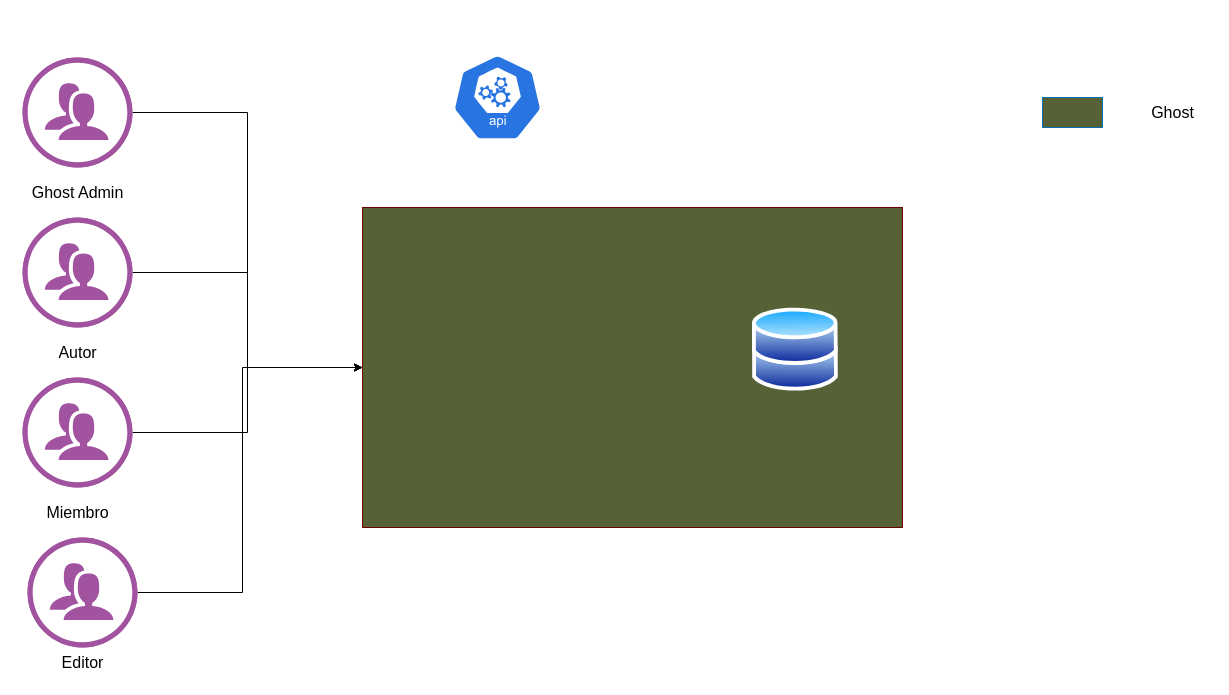
This is Diagrama sin título.drawio from Juan302/ejemplo-issues, a draw.io file, before an edit. Source tidied: cells renumbered, new cells numbered last; positions are measured from the earlier drawing's top-left corner, leaving out a move shared by most shapes. Both pictures are drawn from the tidied source at 100%, with x=0, y=0 at pixel (17, 47).
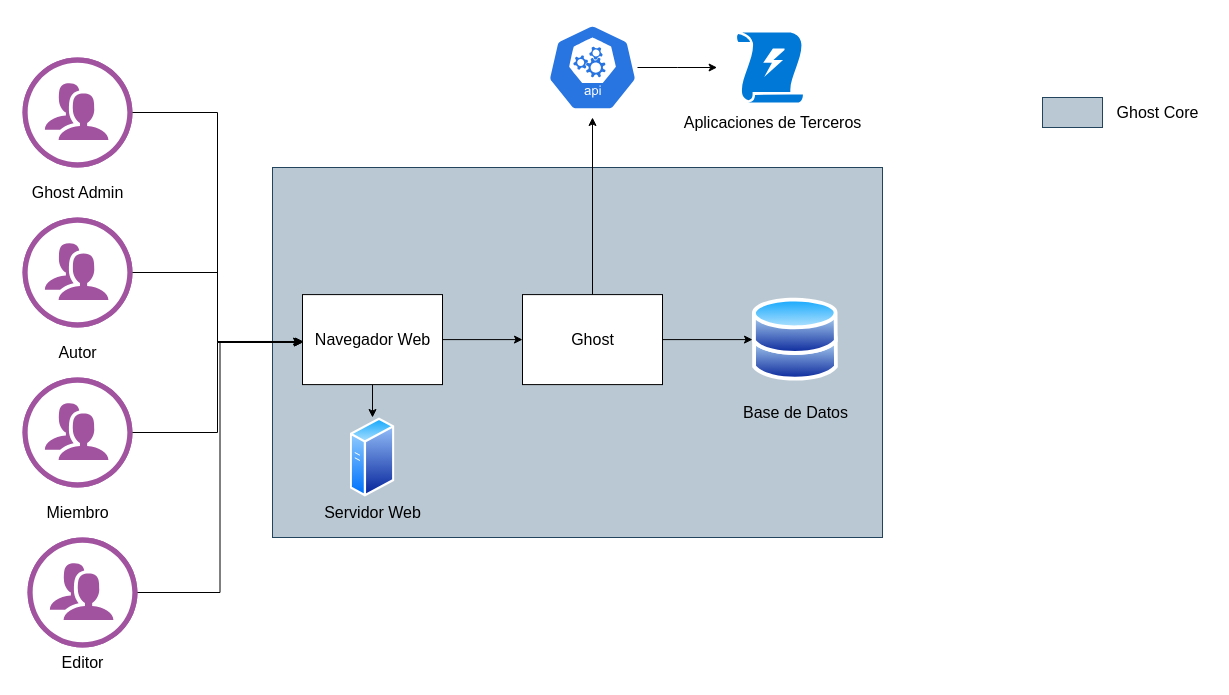
Above is the later version.

The change refers to these unchanged cells:
```xml
<mxCell id="3" style="verticalLabelPosition=bottom;sketch=0;html=1;fillColor=#A153A0;strokeColor=#ffffff;verticalAlign=top;align=center;points=[[0,0.5,0],[0.125,0.25,0],[0.25,0,0],[0.5,0,0],[0.75,0,0],[0.875,0.25,0],[1,0.5,0],[0.875,0.75,0],[0.75,1,0],[0.5,1,0],[0.125,0.75,0]];shape=mxgraph.cisco_safe.compositeIcon;bgIcon=ellipse;resIcon=mxgraph.cisco_safe.design.users;" parent="1" vertex="1">
  <mxGeometry x="5" y="10" width="110" height="110" as="geometry" />
</mxCell>
<mxCell id="9" style="verticalLabelPosition=bottom;sketch=0;html=1;fillColor=#A153A0;strokeColor=#ffffff;verticalAlign=top;align=center;points=[[0,0.5,0],[0.125,0.25,0],[0.25,0,0],[0.5,0,0],[0.75,0,0],[0.875,0.25,0],[1,0.5,0],[0.875,0.75,0],[0.75,1,0],[0.5,1,0],[0.125,0.75,0]];shape=mxgraph.cisco_safe.compositeIcon;bgIcon=ellipse;resIcon=mxgraph.cisco_safe.design.users;" parent="1" vertex="1">
  <mxGeometry x="5" y="170" width="110" height="110" as="geometry" />
</mxCell>
<mxCell id="11" style="verticalLabelPosition=bottom;sketch=0;html=1;fillColor=#A153A0;strokeColor=#ffffff;verticalAlign=top;align=center;points=[[0,0.5,0],[0.125,0.25,0],[0.25,0,0],[0.5,0,0],[0.75,0,0],[0.875,0.25,0],[1,0.5,0],[0.875,0.75,0],[0.75,1,0],[0.5,1,0],[0.125,0.75,0]];shape=mxgraph.cisco_safe.compositeIcon;bgIcon=ellipse;resIcon=mxgraph.cisco_safe.design.users;" parent="1" vertex="1">
  <mxGeometry x="5" y="330" width="110" height="110" as="geometry" />
</mxCell>
<mxCell id="16" style="verticalLabelPosition=bottom;sketch=0;html=1;fillColor=#A153A0;strokeColor=#ffffff;verticalAlign=top;align=center;points=[[0,0.5,0],[0.125,0.25,0],[0.25,0,0],[0.5,0,0],[0.75,0,0],[0.875,0.25,0],[1,0.5,0],[0.875,0.75,0],[0.75,1,0],[0.5,1,0],[0.125,0.75,0]];shape=mxgraph.cisco_safe.compositeIcon;bgIcon=ellipse;resIcon=mxgraph.cisco_safe.design.users;" parent="1" vertex="1">
  <mxGeometry x="10" y="490" width="110" height="110" as="geometry" />
</mxCell>
```

Diff of the diagram source:
```diff
@@
-    <mxCell id="2" style="edgeStyle=orthogonalEdgeStyle;rounded=0;jettySize=auto;html=1;entryX=0;entryY=0.5;entryDx=0;entryDy=0;" parent="1" edge="1" source="3" target="5">
-      <mxGeometry relative="1" as="geometry" />
-    </mxCell>
@@
-    <mxCell id="5" style="rounded=0;whiteSpace=wrap;html=1;fillColor=#576136;fontColor=#ffffff;strokeColor=#6F0000;" parent="1" vertex="1">
-      <mxGeometry x="345" y="160" width="540" height="320" as="geometry" />
+    <mxCell id="5" style="rounded=0;whiteSpace=wrap;html=1;fillColor=#bac8d3;strokeColor=#23445d;" parent="1" vertex="1">
+      <mxGeometry x="255" y="120" width="610" height="370" as="geometry" />
     </mxCell>
-    <mxCell id="6" style="rounded=0;whiteSpace=wrap;html=1;fillColor=#576136;fontColor=#ffffff;strokeColor=#006EAF;" parent="1" vertex="1">
+    <mxCell id="6" style="rounded=0;whiteSpace=wrap;html=1;fillColor=#bac8d3;strokeColor=#23445d;" parent="1" vertex="1">
       <mxGeometry x="1025" y="50" width="60" height="30" as="geometry" />
     </mxCell>
-    <mxCell id="7" value="&lt;span style=&quot;font-size: 16px;&quot;&gt;Ghost&lt;/span&gt;" style="text;html=1;align=center;verticalAlign=middle;strokeColor=none;fillColor=none;" parent="1" vertex="1">
-      <mxGeometry x="1120" y="50" width="70" height="30" as="geometry" />
+    <mxCell id="7" value="&lt;span style=&quot;font-size: 16px;&quot;&gt;Ghost Core&lt;/span&gt;" style="text;html=1;align=center;verticalAlign=middle;strokeColor=none;fillColor=none;" parent="1" vertex="1">
+      <mxGeometry x="1085" y="50" width="110" height="30" as="geometry" />
     </mxCell>
-    <mxCell id="8" style="edgeStyle=orthogonalEdgeStyle;rounded=0;jettySize=auto;html=1;entryX=0;entryY=0.5;entryDx=0;entryDy=0;" parent="1" edge="1" source="9" target="5">
-      <mxGeometry relative="1" as="geometry" />
-    </mxCell>
@@
-    <mxCell id="10" style="edgeStyle=orthogonalEdgeStyle;rounded=0;jettySize=auto;html=1;entryX=0;entryY=0.5;entryDx=0;entryDy=0;" parent="1" edge="1" source="11" target="5">
-      <mxGeometry relative="1" as="geometry" />
-    </mxCell>
@@
-    <mxCell id="15" style="edgeStyle=orthogonalEdgeStyle;rounded=0;jettySize=auto;html=1;" parent="1" edge="1" source="16" target="5">
-      <mxGeometry relative="1" as="geometry">
-        <Array as="points">
-          <mxPoint x="225" y="545" />
-          <mxPoint x="225" y="320" />
-        </Array>
-      </mxGeometry>
-    </mxCell>
@@
     <mxCell id="17" style="image;perimeter=ellipsePerimeter;html=1;align=center;shadow=0;dashed=0;spacingTop=3;image=img/lib/active_directory/databases.svg;" parent="1" vertex="1">
-      <mxGeometry x="735" y="260" width="85.9" height="84.2" as="geometry" />
+      <mxGeometry x="735" y="250" width="85.9" height="84.2" as="geometry" />
     </mxCell>
+    <mxCell id="19" style="edgeStyle=orthogonalEdgeStyle;rounded=0;jettySize=auto;html=1;" parent="1" edge="1" source="18">
+      <mxGeometry relative="1" as="geometry">
+        <mxPoint x="699.6" y="20" as="targetPoint" />
+      </mxGeometry>
+    </mxCell>
     <mxCell id="18" style="sketch=0;html=1;dashed=0;whitespace=wrap;fillColor=#2875E2;strokeColor=#ffffff;points=[[0.005,0.63,0],[0.1,0.2,0],[0.9,0.2,0],[0.5,0,0],[0.995,0.63,0],[0.72,0.99,0],[0.5,1,0],[0.28,0.99,0]];verticalLabelPosition=bottom;align=center;verticalAlign=top;shape=mxgraph.kubernetes.icon;prIcon=api;" parent="1" vertex="1">
-      <mxGeometry x="435" width="90" height="100" as="geometry" />
+      <mxGeometry x="530" y="-30" width="90" height="100" as="geometry" />
     </mxCell>
+    <mxCell id="20" style="edgeStyle=orthogonalEdgeStyle;rounded=0;jettySize=auto;html=1;entryX=0;entryY=0.5;entryDx=0;entryDy=0;" parent="1" edge="1" source="21" target="17">
+      <mxGeometry relative="1" as="geometry" />
+    </mxCell>
+    <mxCell id="21" style="rounded=0;whiteSpace=wrap;html=1;strokeColor=#000000;" parent="1" vertex="1">
+      <mxGeometry x="505" y="247.1" width="140" height="90" as="geometry" />
+    </mxCell>
+    <mxCell id="22" value="&lt;font style=&quot;font-size: 16px;&quot;&gt;Ghost&lt;/font&gt;" style="text;html=1;align=center;verticalAlign=middle;strokeColor=none;fillColor=none;" parent="1" vertex="1">
+      <mxGeometry x="540" y="277.1" width="70" height="30" as="geometry" />
+    </mxCell>
+    <mxCell id="23" style="edgeStyle=orthogonalEdgeStyle;rounded=0;jettySize=auto;html=1;entryX=0.5;entryY=1;entryDx=0;entryDy=0;entryPerimeter=0;" parent="1" edge="1" source="21" target="18">
+      <mxGeometry relative="1" as="geometry" />
+    </mxCell>
+    <mxCell id="24" style="sketch=0;shadow=0;dashed=0;html=1;strokeColor=none;labelPosition=center;verticalLabelPosition=bottom;verticalAlign=top;align=center;shape=mxgraph.mscae.enterprise.triggers;fillColor=#0078D7;" parent="1" vertex="1">
+      <mxGeometry x="719.6" y="-15" width="65.8" height="70" as="geometry" />
+    </mxCell>
+    <mxCell id="25" value="&lt;font style=&quot;font-size: 16px;&quot;&gt;Aplicaciones de Terceros&lt;/font&gt;" style="text;html=1;align=center;verticalAlign=middle;strokeColor=none;fillColor=none;" parent="1" vertex="1">
+      <mxGeometry x="655" y="60" width="200" height="30" as="geometry" />
+    </mxCell>
+    <mxCell id="26" value="&lt;font style=&quot;font-size: 16px;&quot;&gt;Base de Datos&lt;/font&gt;" style="text;html=1;align=center;verticalAlign=middle;strokeColor=none;fillColor=none;" parent="1" vertex="1">
+      <mxGeometry x="713" y="350" width="130" height="30" as="geometry" />
+    </mxCell>
+    <mxCell id="27" style="edgeStyle=orthogonalEdgeStyle;rounded=0;jettySize=auto;html=1;entryX=0;entryY=0.5;entryDx=0;entryDy=0;" parent="1" edge="1" source="29" target="21">
+      <mxGeometry relative="1" as="geometry" />
+    </mxCell>
+    <mxCell id="28" style="edgeStyle=orthogonalEdgeStyle;rounded=0;jettySize=auto;html=1;exitX=0.5;exitY=1;exitDx=0;exitDy=0;" parent="1" edge="1" source="29" target="31">
+      <mxGeometry relative="1" as="geometry" />
+    </mxCell>
+    <mxCell id="29" style="rounded=0;whiteSpace=wrap;html=1;strokeColor=#000000;" parent="1" vertex="1">
+      <mxGeometry x="285" y="247.1" width="140" height="90" as="geometry" />
+    </mxCell>
+    <mxCell id="30" value="&lt;span style=&quot;font-size: 16px;&quot;&gt;Navegador Web&lt;/span&gt;" style="text;html=1;align=center;verticalAlign=middle;points=[];strokeColor=none;fillColor=none;" parent="1" vertex="1">
+      <mxGeometry x="285" y="277.1" width="140" height="30" as="geometry" />
+    </mxCell>
+    <mxCell id="31" style="image;perimeter=ellipsePerimeter;html=1;align=center;shadow=0;dashed=0;spacingTop=3;image=img/lib/active_directory/generic_server.svg;" parent="1" vertex="1">
+      <mxGeometry x="332.6" y="370" width="44.8" height="80" as="geometry" />
+    </mxCell>
+    <mxCell id="32" value="&lt;font style=&quot;font-size: 16px;&quot;&gt;Servidor Web&lt;/font&gt;" style="text;html=1;align=center;verticalAlign=middle;strokeColor=none;fillColor=none;" parent="1" vertex="1">
+      <mxGeometry x="295" y="450" width="120" height="30" as="geometry" />
+    </mxCell>
+    <mxCell id="33" style="edgeStyle=orthogonalEdgeStyle;rounded=0;jettySize=auto;html=1;entryX=0.007;entryY=0.563;entryDx=0;entryDy=0;entryPerimeter=0;" parent="1" edge="1" source="3" target="30">
+      <mxGeometry relative="1" as="geometry" />
+    </mxCell>
+    <mxCell id="34" style="edgeStyle=orthogonalEdgeStyle;rounded=0;jettySize=auto;html=1;entryX=0;entryY=0.597;entryDx=0;entryDy=0;entryPerimeter=0;" parent="1" edge="1" source="9" target="30">
+      <mxGeometry relative="1" as="geometry" />
+    </mxCell>
+    <mxCell id="35" style="edgeStyle=orthogonalEdgeStyle;rounded=0;jettySize=auto;html=1;entryX=0;entryY=0.597;entryDx=0;entryDy=0;entryPerimeter=0;" parent="1" edge="1" source="11" target="30">
+      <mxGeometry relative="1" as="geometry" />
+    </mxCell>
+    <mxCell id="36" style="edgeStyle=orthogonalEdgeStyle;rounded=0;jettySize=auto;html=1;entryX=-0.007;entryY=0.563;entryDx=0;entryDy=0;entryPerimeter=0;" parent="1" edge="1" source="16" target="30">
+      <mxGeometry relative="1" as="geometry" />
+    </mxCell>
```
